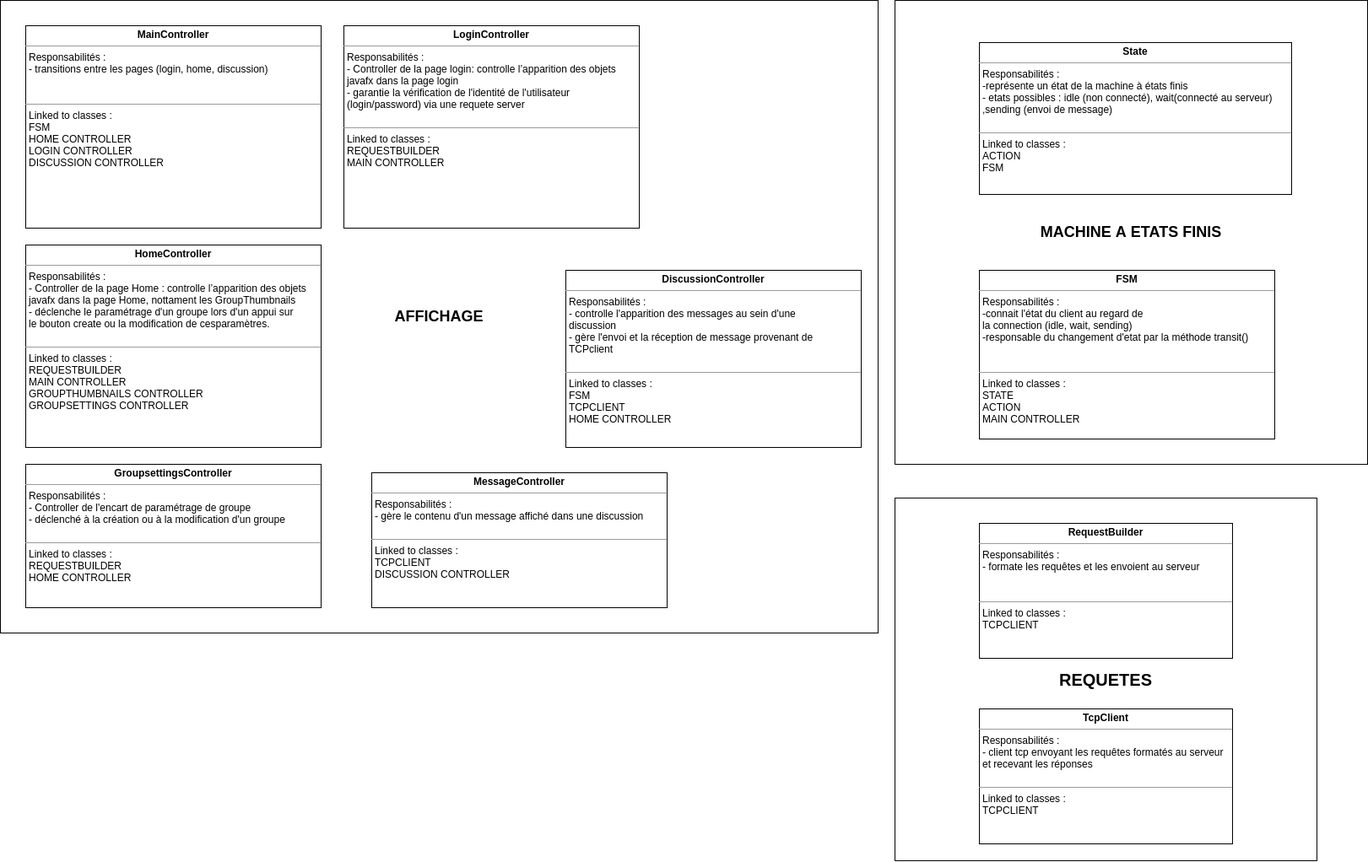
Before: docs/CRC/Client.drawio.png, a diagram exported from draw.io (Projet-Java-ENSTA-Bretagne/Projet-Conception-Logicielle). Source tidied: cells renumbered, new cells last; positions are measured from the earlier drawing's top-left corner, leaving out a move shared by most shapes.
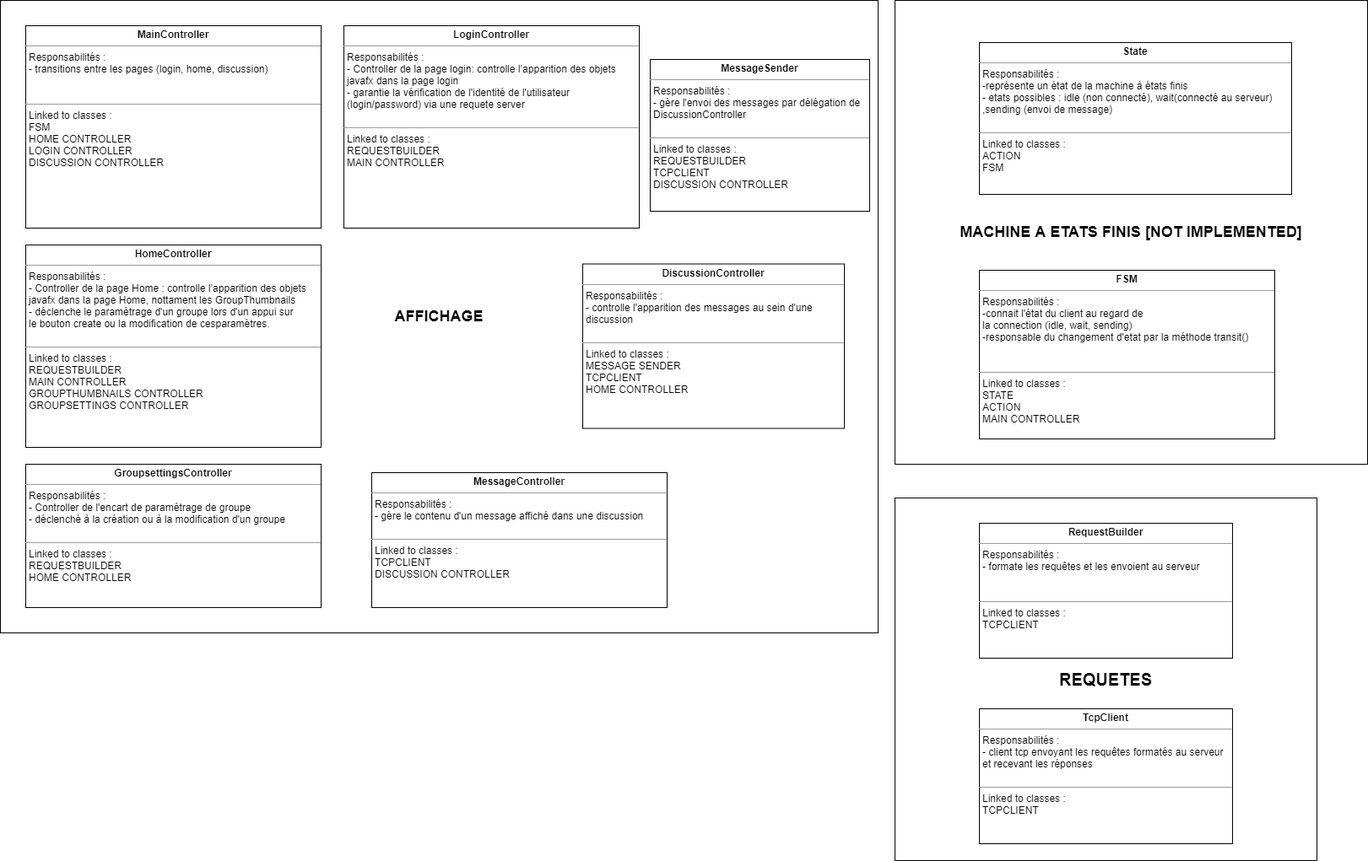
The same diagram one commit later.

The edit, as a diff of the source:
```diff
@@ -2,7 +2,7 @@
   <root>
     <mxCell id="0" />
     <mxCell id="1" parent="0" />
-    <mxCell id="2" value="&lt;font style=&quot;font-size: 18px&quot;&gt;&lt;b&gt;MACHINE A ETATS FINIS&lt;/b&gt;&lt;/font&gt;" style="rounded=0;whiteSpace=wrap;html=1;" parent="1" vertex="1">
+    <mxCell id="2" value="&lt;font style=&quot;font-size: 18px&quot;&gt;&lt;b&gt;MACHINE A ETATS FINIS [NOT IMPLEMENTED]&lt;/b&gt;&lt;/font&gt;" style="rounded=0;whiteSpace=wrap;html=1;" parent="1" vertex="1">
       <mxGeometry x="1060" width="560" height="550" as="geometry" />
     </mxCell>
     <mxCell id="3" value="&lt;b&gt;&lt;font style=&quot;font-size: 18px&quot;&gt;AFFICHAGE&lt;/font&gt;&lt;/b&gt;" style="rounded=0;whiteSpace=wrap;html=1;" parent="1" vertex="1">
@@ -29,8 +29,8 @@
     <mxCell id="10" value="&lt;p style=&quot;margin: 0px ; margin-top: 4px ; text-align: center&quot;&gt;&lt;b&gt;TcpClient&lt;/b&gt;&lt;br&gt;&lt;/p&gt;&lt;hr size=&quot;1&quot;&gt;&lt;p style=&quot;margin: 0px ; margin-left: 4px&quot;&gt;Responsabilités : &lt;br&gt;&lt;/p&gt;&lt;p style=&quot;margin: 0px ; margin-left: 4px&quot;&gt;- client tcp envoyant les requêtes formatés au serveur&lt;/p&gt;&lt;p style=&quot;margin: 0px ; margin-left: 4px&quot;&gt;et recevant les réponses&lt;/p&gt;&lt;p style=&quot;margin: 0px ; margin-left: 4px&quot;&gt;&lt;br&gt;&lt;/p&gt;&lt;hr size=&quot;1&quot;&gt;&lt;p style=&quot;margin: 0px ; margin-left: 4px&quot;&gt;Linked to classes : &lt;br&gt;&lt;/p&gt;&lt;p style=&quot;margin: 0px ; margin-left: 4px&quot;&gt;TCPCLIENT&lt;br&gt;&lt;/p&gt;" style="verticalAlign=top;align=left;overflow=fill;fontSize=12;fontFamily=Helvetica;html=1;" parent="1" vertex="1">
       <mxGeometry x="1160" y="840" width="300" height="160" as="geometry" />
     </mxCell>
-    <mxCell id="11" value="&lt;p style=&quot;margin: 0px ; margin-top: 4px ; text-align: center&quot;&gt;&lt;b&gt;DiscussionController&lt;/b&gt;&lt;br&gt;&lt;/p&gt;&lt;hr size=&quot;1&quot;&gt;&lt;p style=&quot;margin: 0px ; margin-left: 4px&quot;&gt;Responsabilités : &lt;br&gt;&lt;/p&gt;&lt;p style=&quot;margin: 0px ; margin-left: 4px&quot;&gt;- controlle l'apparition des messages au sein d'une &lt;br&gt;&lt;/p&gt;&lt;p style=&quot;margin: 0px ; margin-left: 4px&quot;&gt;discussion&lt;/p&gt;&lt;p style=&quot;margin: 0px ; margin-left: 4px&quot;&gt;- gère l'envoi et la réception de message provenant de &lt;br&gt;&lt;/p&gt;&lt;p style=&quot;margin: 0px ; margin-left: 4px&quot;&gt;TCPclient&lt;br&gt;&lt;/p&gt;&lt;p style=&quot;margin: 0px ; margin-left: 4px&quot;&gt;&lt;br&gt;&lt;/p&gt;&lt;hr size=&quot;1&quot;&gt;&lt;p style=&quot;margin: 0px ; margin-left: 4px&quot;&gt;Linked to classes : &lt;br&gt;&lt;/p&gt;&lt;p style=&quot;margin: 0px ; margin-left: 4px&quot;&gt;FSM&lt;/p&gt;&lt;p style=&quot;margin: 0px ; margin-left: 4px&quot;&gt;TCPCLIENT&lt;br&gt;&lt;/p&gt;&lt;p style=&quot;margin: 0px ; margin-left: 4px&quot;&gt;HOME CONTROLLER&lt;br&gt;&lt;/p&gt;" style="verticalAlign=top;align=left;overflow=fill;fontSize=12;fontFamily=Helvetica;html=1;" parent="1" vertex="1">
-      <mxGeometry x="670" y="320" width="350" height="210" as="geometry" />
+    <mxCell id="11" value="&lt;p style=&quot;margin: 0px ; margin-top: 4px ; text-align: center&quot;&gt;&lt;b&gt;DiscussionController&lt;/b&gt;&lt;br&gt;&lt;/p&gt;&lt;hr size=&quot;1&quot;&gt;&lt;p style=&quot;margin: 0px ; margin-left: 4px&quot;&gt;Responsabilités : &lt;br&gt;&lt;/p&gt;&lt;p style=&quot;margin: 0px ; margin-left: 4px&quot;&gt;- controlle l'apparition des messages au sein d'une &lt;br&gt;&lt;/p&gt;&lt;p style=&quot;margin: 0px ; margin-left: 4px&quot;&gt;discussion&amp;nbsp;&lt;/p&gt;&lt;p style=&quot;margin: 0px ; margin-left: 4px&quot;&gt;&lt;br&gt;&lt;/p&gt;&lt;hr size=&quot;1&quot;&gt;&lt;p style=&quot;margin: 0px ; margin-left: 4px&quot;&gt;Linked to classes :&lt;/p&gt;&lt;p style=&quot;margin: 0px ; margin-left: 4px&quot;&gt;MESSAGE SENDER&lt;/p&gt;&lt;p style=&quot;margin: 0px ; margin-left: 4px&quot;&gt;TCPCLIENT&lt;br&gt;&lt;/p&gt;&lt;p style=&quot;margin: 0px ; margin-left: 4px&quot;&gt;HOME CONTROLLER&lt;br&gt;&lt;/p&gt;" style="verticalAlign=top;align=left;overflow=fill;fontSize=12;fontFamily=Helvetica;html=1;" parent="1" vertex="1">
+      <mxGeometry x="690" y="312.5" width="310" height="195" as="geometry" />
     </mxCell>
     <mxCell id="12" value="&lt;p style=&quot;margin: 0px ; margin-top: 4px ; text-align: center&quot;&gt;&lt;b&gt;MessageController&lt;/b&gt;&lt;br&gt;&lt;/p&gt;&lt;hr size=&quot;1&quot;&gt;&lt;p style=&quot;margin: 0px ; margin-left: 4px&quot;&gt;Responsabilités : &lt;br&gt;&lt;/p&gt;&lt;p style=&quot;margin: 0px ; margin-left: 4px&quot;&gt;- gère le contenu d'un message affiché dans une discussion&lt;br&gt;&lt;/p&gt;&lt;p style=&quot;margin: 0px ; margin-left: 4px&quot;&gt;&lt;br&gt;&lt;/p&gt;&lt;hr size=&quot;1&quot;&gt;&lt;p style=&quot;margin: 0px ; margin-left: 4px&quot;&gt;Linked to classes : &lt;br&gt;&lt;/p&gt;&lt;p style=&quot;margin: 0px ; margin-left: 4px&quot;&gt;TCPCLIENT&lt;br&gt;&lt;/p&gt;&lt;p style=&quot;margin: 0px ; margin-left: 4px&quot;&gt;DISCUSSION CONTROLLER&lt;br&gt;&lt;/p&gt;" style="verticalAlign=top;align=left;overflow=fill;fontSize=12;fontFamily=Helvetica;html=1;" parent="1" vertex="1">
       <mxGeometry x="440" y="560" width="350" height="160" as="geometry" />
@@ -41,5 +41,8 @@
     <mxCell id="14" value="&lt;p style=&quot;margin: 0px ; margin-top: 4px ; text-align: center&quot;&gt;&lt;b&gt;GroupsettingsController&lt;/b&gt;&lt;br&gt;&lt;/p&gt;&lt;hr size=&quot;1&quot;&gt;&lt;p style=&quot;margin: 0px ; margin-left: 4px&quot;&gt;Responsabilités : &lt;br&gt;&lt;/p&gt;&lt;p style=&quot;margin: 0px ; margin-left: 4px&quot;&gt;- Controller de l'encart de paramétrage de groupe&lt;br&gt;&lt;/p&gt;&lt;p style=&quot;margin: 0px ; margin-left: 4px&quot;&gt;- déclenché à la création ou à la modification d'un groupe&lt;br&gt;&lt;/p&gt;&lt;p style=&quot;margin: 0px ; margin-left: 4px&quot;&gt;&lt;br&gt;&lt;/p&gt;&lt;hr size=&quot;1&quot;&gt;&lt;p style=&quot;margin: 0px ; margin-left: 4px&quot;&gt;Linked to classes : &lt;br&gt;&lt;/p&gt;&lt;p style=&quot;margin: 0px ; margin-left: 4px&quot;&gt;REQUESTBUILDER&lt;br&gt;&lt;/p&gt;&lt;p style=&quot;margin: 0px ; margin-left: 4px&quot;&gt;HOME CONTROLLER&lt;br&gt;&lt;/p&gt;" style="verticalAlign=top;align=left;overflow=fill;fontSize=12;fontFamily=Helvetica;html=1;" parent="1" vertex="1">
       <mxGeometry x="30" y="550" width="350" height="170" as="geometry" />
     </mxCell>
+    <mxCell id="15" value="&lt;p style=&quot;margin: 0px ; margin-top: 4px ; text-align: center&quot;&gt;&lt;b&gt;MessageSender&lt;/b&gt;&lt;/p&gt;&lt;hr size=&quot;1&quot;&gt;&lt;p style=&quot;margin: 0px ; margin-left: 4px&quot;&gt;Responsabilités : &lt;br&gt;&lt;/p&gt;&lt;p style=&quot;margin: 0px ; margin-left: 4px&quot;&gt;- gère l'envoi des messages par délégation de&lt;/p&gt;&lt;p style=&quot;margin: 0px ; margin-left: 4px&quot;&gt;DiscussionController&lt;/p&gt;&lt;p style=&quot;margin: 0px ; margin-left: 4px&quot;&gt;&lt;br&gt;&lt;/p&gt;&lt;hr size=&quot;1&quot;&gt;&lt;p style=&quot;margin: 0px ; margin-left: 4px&quot;&gt;Linked to classes : &lt;br&gt;&lt;/p&gt;&lt;p style=&quot;margin: 0px ; margin-left: 4px&quot;&gt;REQUESTBUILDER&lt;/p&gt;&lt;p style=&quot;margin: 0px ; margin-left: 4px&quot;&gt;TCPCLIENT&lt;br&gt;&lt;/p&gt;&lt;p style=&quot;margin: 0px ; margin-left: 4px&quot;&gt;DISCUSSION CONTROLLER&lt;br&gt;&lt;/p&gt;" style="verticalAlign=top;align=left;overflow=fill;fontSize=12;fontFamily=Helvetica;html=1;" parent="1" vertex="1">
+      <mxGeometry x="770" y="70" width="260" height="180" as="geometry" />
+    </mxCell>
   </root>
 </mxGraphModel>
```
